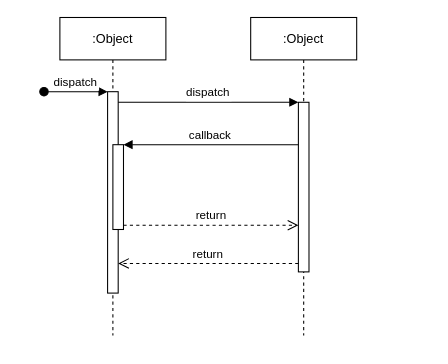
The draw.io diagram 下单.drawio in cool-commit/me, before the edit. Source tidied: cells renumbered, new cells numbered last; positions are measured from the earlier drawing's top-left corner, leaving out a move shared by most shapes. Both pictures are drawn from the tidied source at 106%, with x=0, y=0 at pixel (43, 17).
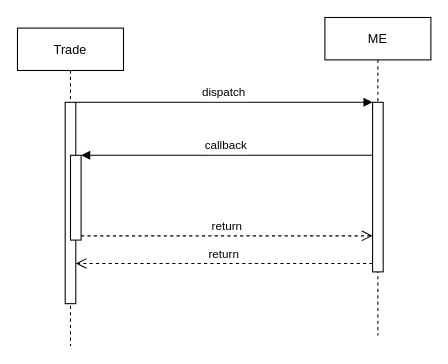
The same page after the edit.

Change to the diagram source:
```diff
@@
 <mxGraphModel>
   <root>
     <mxCell id="0" />
     <mxCell id="1" parent="0" />
-    <mxCell id="2" value=":Object" style="shape=umlLifeline;perimeter=lifelinePerimeter;rounded=0;shadow=0;strokeWidth=1;" parent="1" vertex="1">
-      <mxGeometry x="15" width="100" height="300" as="geometry" />
+    <mxCell id="2" value="Trade" style="shape=umlLifeline;perimeter=lifelinePerimeter;rounded=0;shadow=0;strokeWidth=1;" parent="1" vertex="1">
+      <mxGeometry x="-25" y="10" width="100" height="300" as="geometry" />
     </mxCell>
     <mxCell id="3" style="points=[];perimeter=orthogonalPerimeter;rounded=0;shadow=0;strokeWidth=1;" parent="2" vertex="1">
       <mxGeometry x="45" y="70" width="10" height="190" as="geometry" />
     </mxCell>
-    <mxCell id="4" value="dispatch" style="verticalAlign=bottom;startArrow=oval;endArrow=block;startSize=8;shadow=0;strokeWidth=1;" parent="2" edge="1" target="3">
-      <mxGeometry relative="1" as="geometry">
-        <mxPoint x="-15" y="70" as="sourcePoint" />
-      </mxGeometry>
-    </mxCell>
     <mxCell id="5" style="points=[];perimeter=orthogonalPerimeter;rounded=0;shadow=0;strokeWidth=1;" parent="2" vertex="1">
       <mxGeometry x="50" y="120" width="10" height="80" as="geometry" />
     </mxCell>
-    <mxCell id="6" value=":Object" style="shape=umlLifeline;perimeter=lifelinePerimeter;rounded=0;shadow=0;strokeWidth=1;" parent="1" vertex="1">
-      <mxGeometry x="195" width="100" height="300" as="geometry" />
+    <mxCell id="6" value="ME" style="shape=umlLifeline;perimeter=lifelinePerimeter;rounded=0;shadow=0;strokeWidth=1;" parent="1" vertex="1">
+      <mxGeometry x="265" width="100" height="300" as="geometry" />
     </mxCell>
     <mxCell id="7" style="points=[];perimeter=orthogonalPerimeter;rounded=0;shadow=0;strokeWidth=1;" parent="6" vertex="1">
       <mxGeometry x="45" y="80" width="10" height="160" as="geometry" />
     </mxCell>
     <mxCell id="8" value="return" style="verticalAlign=bottom;endArrow=open;dashed=1;endSize=8;exitX=0;exitY=0.95;shadow=0;strokeWidth=1;" parent="1" edge="1" source="7" target="3">
       <mxGeometry relative="1" as="geometry" />
     </mxCell>
     <mxCell id="9" value="dispatch" style="verticalAlign=bottom;endArrow=block;entryX=0;entryY=0;shadow=0;strokeWidth=1;" parent="1" edge="1" source="3" target="7">
       <mxGeometry relative="1" as="geometry" />
     </mxCell>
     <mxCell id="10" value="callback" style="verticalAlign=bottom;endArrow=block;entryX=1;entryY=0;shadow=0;strokeWidth=1;" parent="1" edge="1" source="7" target="5">
       <mxGeometry relative="1" as="geometry" />
     </mxCell>
     <mxCell id="11" value="return" style="verticalAlign=bottom;endArrow=open;dashed=1;endSize=8;exitX=1;exitY=0.95;shadow=0;strokeWidth=1;" parent="1" edge="1" source="5" target="7">
       <mxGeometry relative="1" as="geometry" />
     </mxCell>
   </root>
 </mxGraphModel>
```
